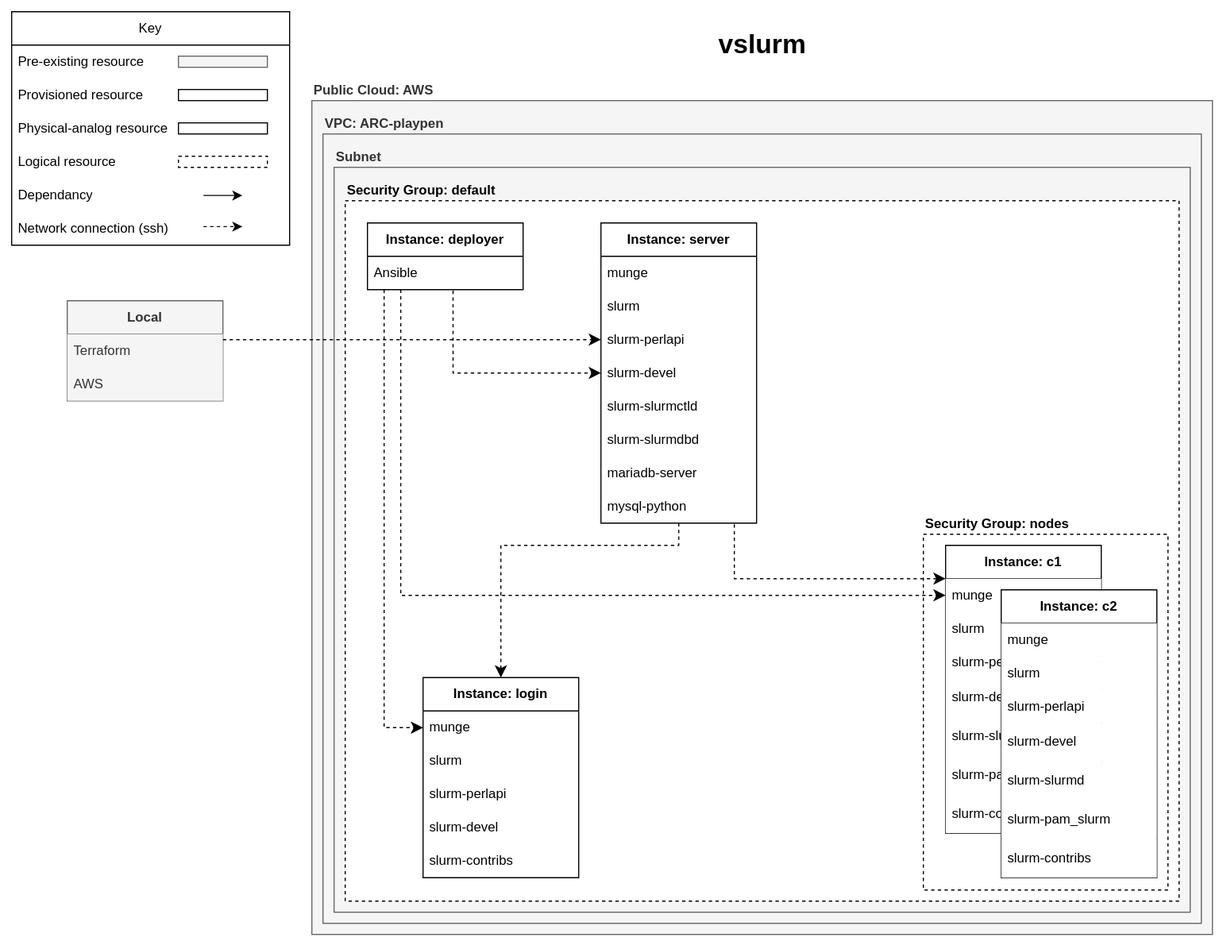
The draw.io diagram diagrams/terraform-aws-vslurm.drawio.svg in UCL-ARC/terraform-aws-vslurm, before a commit. Source tidied: cells renumbered, new cells last; positions are measured from the earlier drawing's top-left corner, leaving out a move shared by most shapes.
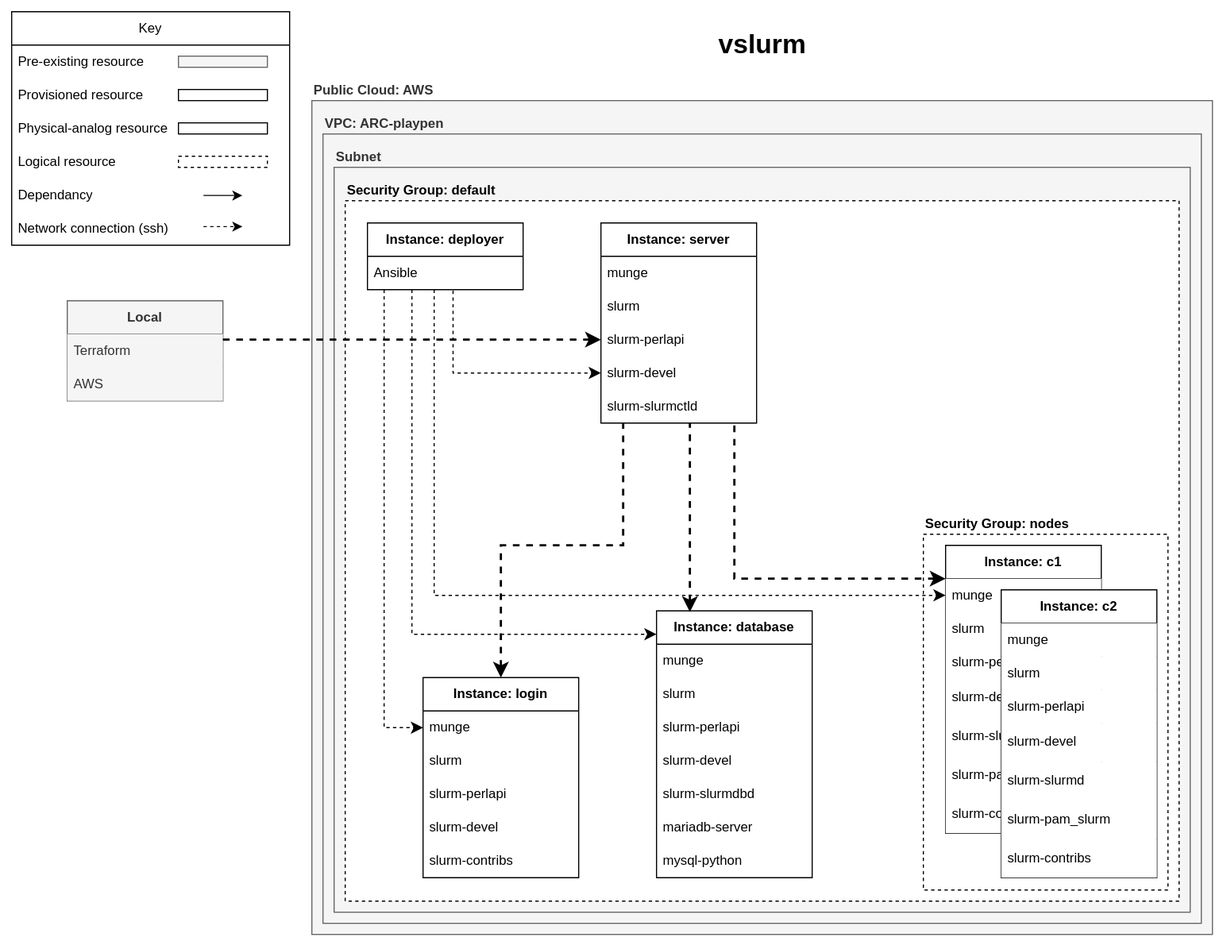
The same file after the commit.

Commit message:
added the database instance to the diagram

Change to the diagram source:
```diff
@@ -152,7 +152,7 @@
       <mxGeometry y="224.2" width="140" height="34.7" as="geometry" />
     </mxCell>
     <mxCell id="53" value="&lt;b&gt;Instance: server&lt;/b&gt;" style="swimlane;fontStyle=0;horizontal=1;startSize=30;whiteSpace=wrap;html=1;" parent="28" vertex="1">
-      <mxGeometry x="530" y="200" width="140" height="270" as="geometry" />
+      <mxGeometry x="530" y="200" width="140" height="180" as="geometry" />
     </mxCell>
     <mxCell id="54" value="munge" style="text;strokeColor=none;fillColor=none;align=left;verticalAlign=middle;spacingLeft=4;spacingRight=4;overflow=hidden;whiteSpace=wrap;html=1;" parent="53" vertex="1">
       <mxGeometry y="30" width="140" height="30" as="geometry" />
@@ -169,14 +169,29 @@
     <mxCell id="58" value="slurm-slurmctld" style="text;strokeColor=none;fillColor=none;align=left;verticalAlign=middle;spacingLeft=4;spacingRight=4;overflow=hidden;whiteSpace=wrap;html=1;" parent="53" vertex="1">
       <mxGeometry y="150" width="140" height="30" as="geometry" />
     </mxCell>
+    <mxCell id="69" value="&lt;b&gt;Instance: database&lt;/b&gt;" style="swimlane;fontStyle=0;horizontal=1;startSize=30;whiteSpace=wrap;html=1;" parent="28" vertex="1">
+      <mxGeometry x="580" y="549" width="140" height="240" as="geometry" />
+    </mxCell>
+    <mxCell id="70" value="munge" style="text;strokeColor=none;fillColor=none;align=left;verticalAlign=middle;spacingLeft=4;spacingRight=4;overflow=hidden;whiteSpace=wrap;html=1;" parent="69" vertex="1">
+      <mxGeometry y="30" width="140" height="30" as="geometry" />
+    </mxCell>
+    <mxCell id="71" value="slurm" style="text;strokeColor=none;fillColor=none;align=left;verticalAlign=middle;spacingLeft=4;spacingRight=4;overflow=hidden;whiteSpace=wrap;html=1;" parent="69" vertex="1">
+      <mxGeometry y="60" width="140" height="30" as="geometry" />
+    </mxCell>
+    <mxCell id="72" value="slurm-perlapi" style="text;strokeColor=none;fillColor=none;align=left;verticalAlign=middle;spacingLeft=4;spacingRight=4;overflow=hidden;whiteSpace=wrap;html=1;" parent="69" vertex="1">
+      <mxGeometry y="90" width="140" height="30" as="geometry" />
+    </mxCell>
+    <mxCell id="73" value="slurm-devel" style="text;strokeColor=none;fillColor=none;align=left;verticalAlign=middle;spacingLeft=4;spacingRight=4;overflow=hidden;whiteSpace=wrap;html=1;" parent="69" vertex="1">
+      <mxGeometry y="120" width="140" height="30" as="geometry" />
+    </mxCell>
-    <mxCell id="59" value="slurm-slurmdbd" style="text;strokeColor=none;fillColor=none;align=left;verticalAlign=middle;spacingLeft=4;spacingRight=4;overflow=hidden;whiteSpace=wrap;html=1;" parent="53" vertex="1">
-      <mxGeometry y="180" width="140" height="30" as="geometry" />
+    <mxCell id="59" value="slurm-slurmdbd" style="text;strokeColor=none;fillColor=none;align=left;verticalAlign=middle;spacingLeft=4;spacingRight=4;overflow=hidden;whiteSpace=wrap;html=1;" parent="69" vertex="1">
+      <mxGeometry y="150" width="140" height="30" as="geometry" />
     </mxCell>
-    <mxCell id="60" value="mariadb-server" style="text;strokeColor=none;fillColor=none;align=left;verticalAlign=middle;spacingLeft=4;spacingRight=4;overflow=hidden;whiteSpace=wrap;html=1;" parent="53" vertex="1">
-      <mxGeometry y="210" width="140" height="30" as="geometry" />
+    <mxCell id="60" value="mariadb-server" style="text;strokeColor=none;fillColor=none;align=left;verticalAlign=middle;spacingLeft=4;spacingRight=4;overflow=hidden;whiteSpace=wrap;html=1;" parent="69" vertex="1">
+      <mxGeometry y="180" width="140" height="30" as="geometry" />
     </mxCell>
-    <mxCell id="61" value="mysql-python" style="text;strokeColor=none;fillColor=none;align=left;verticalAlign=middle;spacingLeft=4;spacingRight=4;overflow=hidden;points=[[0,0.5],[1,0.5]];portConstraint=eastwest;whiteSpace=wrap;html=1;" parent="53" vertex="1">
-      <mxGeometry y="240" width="140" height="30" as="geometry" />
+    <mxCell id="61" value="mysql-python" style="text;strokeColor=none;fillColor=none;align=left;verticalAlign=middle;spacingLeft=4;spacingRight=4;overflow=hidden;points=[[0,0.5],[1,0.5]];portConstraint=eastwest;whiteSpace=wrap;html=1;" parent="69" vertex="1">
+      <mxGeometry y="210" width="140" height="30" as="geometry" />
     </mxCell>
     <mxCell id="62" value="network connections" parent="0" />
     <mxCell id="63" style="edgeStyle=elbowEdgeStyle;elbow=vertical;endArrow=classic;html=1;curved=0;rounded=0;endSize=8;startSize=8;exitX=0.107;exitY=1;exitDx=0;exitDy=0;exitPerimeter=0;entryX=0;entryY=0.5;entryDx=0;entryDy=0;dashed=1;" parent="62" edge="1" source="30" target="32">
@@ -186,10 +201,12 @@
         </Array>
       </mxGeometry>
     </mxCell>
-    <mxCell id="64" style="edgeStyle=elbowEdgeStyle;elbow=vertical;endArrow=classic;html=1;curved=0;rounded=0;endSize=8;startSize=8;exitX=0.214;exitY=1;exitDx=0;exitDy=0;exitPerimeter=0;dashed=1;entryX=0;entryY=0.5;entryDx=0;entryDy=0;" parent="62" edge="1" source="30" target="38">
+    <mxCell id="64" style="edgeStyle=elbowEdgeStyle;elbow=vertical;endArrow=classic;html=1;curved=0;rounded=0;endSize=8;startSize=8;exitX=0.214;exitY=1;exitDx=0;exitDy=0;exitPerimeter=0;dashed=1;" parent="62" edge="1">
       <mxGeometry relative="1" as="geometry">
+        <mxPoint x="380" y="260" as="sourcePoint" />
+        <mxPoint x="840" y="535" as="targetPoint" />
         <Array as="points">
-          <mxPoint x="590" y="535" />
+          <mxPoint x="620" y="535" />
         </Array>
       </mxGeometry>
     </mxCell>
@@ -200,7 +217,7 @@
         </Array>
       </mxGeometry>
     </mxCell>
-    <mxCell id="66" style="edgeStyle=elbowEdgeStyle;elbow=horizontal;endArrow=classic;html=1;curved=0;rounded=0;endSize=8;startSize=8;entryX=0;entryY=0.5;entryDx=0;entryDy=0;dashed=1;" parent="62" edge="1" target="56">
+    <mxCell id="66" style="edgeStyle=elbowEdgeStyle;elbow=horizontal;endArrow=classic;html=1;curved=0;rounded=0;endSize=8;startSize=8;entryX=0;entryY=0.5;entryDx=0;entryDy=0;dashed=1;strokeWidth=2;" parent="62" edge="1" target="56">
       <mxGeometry relative="1" as="geometry">
         <mxPoint x="190" y="305" as="sourcePoint" />
         <Array as="points">
@@ -208,20 +225,37 @@
         </Array>
       </mxGeometry>
     </mxCell>
-    <mxCell id="67" style="edgeStyle=elbowEdgeStyle;elbow=vertical;endArrow=none;html=1;curved=0;rounded=0;endSize=8;startSize=8;exitX=0.5;exitY=0;exitDx=0;exitDy=0;startArrow=classic;startFill=1;endFill=0;dashed=1;strokeWidth=1;" parent="62" edge="1" source="31" target="61">
+    <mxCell id="67" style="edgeStyle=elbowEdgeStyle;elbow=vertical;endArrow=none;html=1;curved=0;rounded=0;endSize=8;startSize=8;exitX=0.5;exitY=0;exitDx=0;exitDy=0;startArrow=classic;startFill=1;endFill=0;dashed=1;strokeWidth=2;" parent="62" edge="1" source="31">
       <mxGeometry relative="1" as="geometry">
+        <mxPoint x="550" y="380" as="targetPoint" />
         <Array as="points">
           <mxPoint x="520" y="490" />
         </Array>
       </mxGeometry>
     </mxCell>
-    <mxCell id="68" style="edgeStyle=elbowEdgeStyle;elbow=vertical;endArrow=none;html=1;curved=0;rounded=0;endSize=8;startSize=8;startArrow=classic;startFill=1;endFill=0;dashed=1;strokeWidth=1;entryX=0.857;entryY=1;entryDx=0;entryDy=0;entryPerimeter=0;" parent="62" edge="1" target="61">
+    <mxCell id="68" style="edgeStyle=elbowEdgeStyle;elbow=vertical;endArrow=none;html=1;curved=0;rounded=0;endSize=8;startSize=8;startArrow=classic;startFill=1;endFill=0;dashed=1;strokeWidth=2;" parent="62" edge="1">
       <mxGeometry relative="1" as="geometry">
         <mxPoint x="840" y="520" as="sourcePoint" />
+        <mxPoint x="650" y="380" as="targetPoint" />
         <Array as="points">
           <mxPoint x="750" y="520" />
         </Array>
       </mxGeometry>
     </mxCell>
+    <mxCell id="74" style="edgeStyle=elbowEdgeStyle;elbow=vertical;endArrow=classic;html=1;curved=0;rounded=0;endSize=8;startSize=8;exitX=0.214;exitY=1;exitDx=0;exitDy=0;exitPerimeter=0;dashed=1;" parent="62" edge="1">
+      <mxGeometry relative="1" as="geometry">
+        <mxPoint x="360" y="260" as="sourcePoint" />
+        <mxPoint x="580" y="570" as="targetPoint" />
+        <Array as="points">
+          <mxPoint x="430" y="570" />
+        </Array>
+      </mxGeometry>
+    </mxCell>
+    <mxCell id="75" style="endArrow=none;html=1;rounded=0;startArrow=classic;startFill=1;endFill=0;dashed=1;startSize=8;endSize=8;strokeWidth=2;" parent="62" edge="1">
+      <mxGeometry relative="1" as="geometry">
+        <mxPoint x="610" y="550" as="sourcePoint" />
+        <mxPoint x="610" y="380" as="targetPoint" />
+      </mxGeometry>
+    </mxCell>
   </root>
 </mxGraphModel>
```
